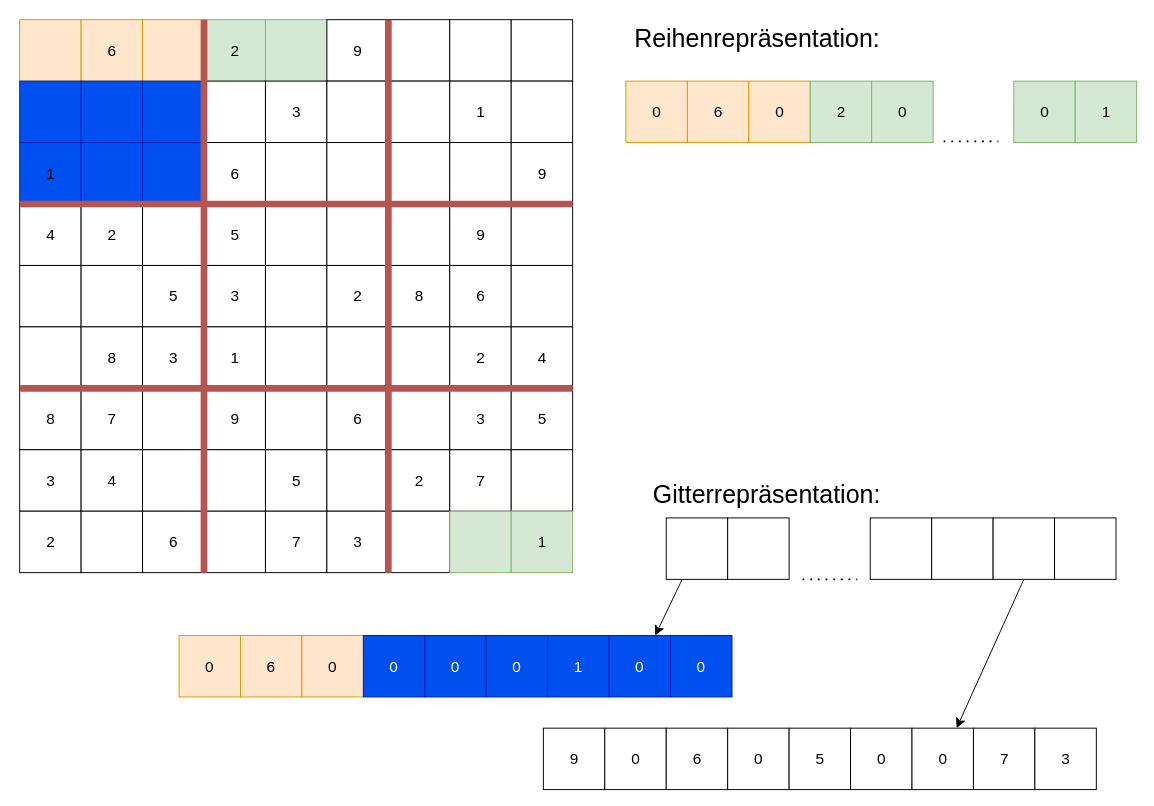
The draw.io diagram Vortrag/Pictures/Repräsentation.drawio in MariusHuke/Sudoku, before the edit. Source tidied: cells renumbered, new cells numbered last; positions are measured from the earlier drawing's top-left corner, leaving out a move shared by most shapes. Both pictures are drawn from the tidied source at 96%, with x=0, y=0 at pixel (19, 17).
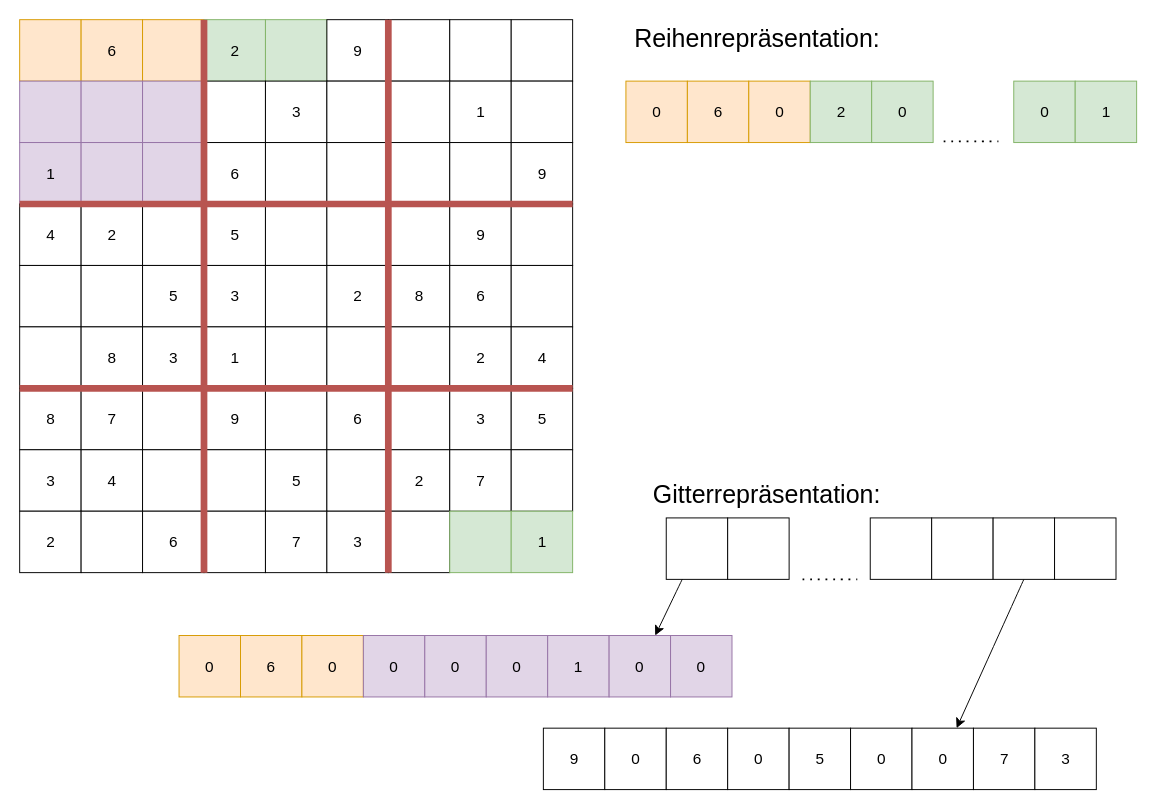
The same diagram, later.

The edit, as a diff of the source:
```diff
@@
-    <mxCell id="5" style="rounded=0;whiteSpace=wrap;html=1;fontSize=16;fillColor=#0050ef;fontColor=#ffffff;strokeColor=#001DBC;" parent="1" vertex="1">
+    <mxCell id="5" style="rounded=0;whiteSpace=wrap;html=1;fontSize=16;fillColor=#e1d5e7;strokeColor=#9673a6;" parent="1" vertex="1">
       <mxGeometry y="66" width="64" height="64" as="geometry" />
     </mxCell>
-    <mxCell id="6" style="rounded=0;whiteSpace=wrap;html=1;fontSize=16;fillColor=#0050ef;fontColor=#ffffff;strokeColor=#001DBC;" parent="1" vertex="1">
+    <mxCell id="6" style="rounded=0;whiteSpace=wrap;html=1;fontSize=16;fillColor=#e1d5e7;strokeColor=#9673a6;" parent="1" vertex="1">
       <mxGeometry x="64" y="66" width="64" height="64" as="geometry" />
     </mxCell>
-    <mxCell id="7" style="rounded=0;whiteSpace=wrap;html=1;fontSize=16;fillColor=#0050ef;fontColor=#ffffff;strokeColor=#001DBC;" parent="1" vertex="1">
+    <mxCell id="7" style="rounded=0;whiteSpace=wrap;html=1;fontSize=16;fillColor=#e1d5e7;strokeColor=#9673a6;" parent="1" vertex="1">
       <mxGeometry x="128" y="66" width="64" height="64" as="geometry" />
     </mxCell>
-    <mxCell id="8" style="rounded=0;whiteSpace=wrap;html=1;fontSize=16;fillColor=#0050ef;fontColor=#ffffff;strokeColor=#001DBC;" parent="1" vertex="1">
+    <mxCell id="8" style="rounded=0;whiteSpace=wrap;html=1;fontSize=16;fillColor=#e1d5e7;strokeColor=#9673a6;" parent="1" vertex="1">
       <mxGeometry y="130" width="64" height="64" as="geometry" />
     </mxCell>
@@
-    <mxCell id="10" style="rounded=0;whiteSpace=wrap;html=1;fontSize=16;fillColor=#0050ef;fontColor=#ffffff;strokeColor=#001DBC;" parent="1" vertex="1">
+    <mxCell id="10" style="rounded=0;whiteSpace=wrap;html=1;fontSize=16;fillColor=#e1d5e7;strokeColor=#9673a6;" parent="1" vertex="1">
       <mxGeometry x="64" y="130" width="64" height="64" as="geometry" />
     </mxCell>
-    <mxCell id="11" style="rounded=0;whiteSpace=wrap;html=1;fontSize=16;fillColor=#0050ef;fontColor=#ffffff;strokeColor=#001DBC;" parent="1" vertex="1">
+    <mxCell id="11" style="rounded=0;whiteSpace=wrap;html=1;fontSize=16;fillColor=#e1d5e7;strokeColor=#9673a6;" parent="1" vertex="1">
       <mxGeometry x="128" y="130" width="64" height="64" as="geometry" />
     </mxCell>
@@
-    <mxCell id="144" value="0" style="rounded=0;whiteSpace=wrap;html=1;fontSize=16;fillColor=#0050ef;fontColor=#ffffff;strokeColor=#001DBC;" parent="1" vertex="1">
+    <mxCell id="144" value="0" style="rounded=0;whiteSpace=wrap;html=1;fontSize=16;fillColor=#e1d5e7;strokeColor=#9673a6;" parent="1" vertex="1">
       <mxGeometry x="358" y="643.5" width="64" height="64" as="geometry" />
     </mxCell>
-    <mxCell id="145" value="0" style="rounded=0;whiteSpace=wrap;html=1;fontSize=16;fillColor=#0050ef;fontColor=#ffffff;strokeColor=#001DBC;" parent="1" vertex="1">
+    <mxCell id="145" value="0" style="rounded=0;whiteSpace=wrap;html=1;fontSize=16;fillColor=#e1d5e7;strokeColor=#9673a6;" parent="1" vertex="1">
       <mxGeometry x="422" y="643.5" width="64" height="64" as="geometry" />
     </mxCell>
-    <mxCell id="146" value="0" style="rounded=0;whiteSpace=wrap;html=1;fontSize=16;fillColor=#0050ef;fontColor=#ffffff;strokeColor=#001DBC;" parent="1" vertex="1">
+    <mxCell id="146" value="0" style="rounded=0;whiteSpace=wrap;html=1;fontSize=16;fillColor=#e1d5e7;strokeColor=#9673a6;" parent="1" vertex="1">
       <mxGeometry x="486" y="643.5" width="64" height="64" as="geometry" />
     </mxCell>
-    <mxCell id="147" value="1" style="rounded=0;whiteSpace=wrap;html=1;fontSize=16;fillColor=#0050ef;fontColor=#ffffff;strokeColor=#001DBC;" parent="1" vertex="1">
+    <mxCell id="147" value="1" style="rounded=0;whiteSpace=wrap;html=1;fontSize=16;fillColor=#e1d5e7;strokeColor=#9673a6;" parent="1" vertex="1">
       <mxGeometry x="550" y="643.5" width="64" height="64" as="geometry" />
     </mxCell>
-    <mxCell id="148" value="0" style="rounded=0;whiteSpace=wrap;html=1;fontSize=16;fillColor=#0050ef;fontColor=#ffffff;strokeColor=#001DBC;" parent="1" vertex="1">
+    <mxCell id="148" value="0" style="rounded=0;whiteSpace=wrap;html=1;fontSize=16;fillColor=#e1d5e7;strokeColor=#9673a6;" parent="1" vertex="1">
       <mxGeometry x="614" y="643.5" width="64" height="64" as="geometry" />
     </mxCell>
-    <mxCell id="149" value="0" style="rounded=0;whiteSpace=wrap;html=1;fontSize=16;fillColor=#0050ef;fontColor=#ffffff;strokeColor=#001DBC;" parent="1" vertex="1">
+    <mxCell id="149" value="0" style="rounded=0;whiteSpace=wrap;html=1;fontSize=16;fillColor=#e1d5e7;strokeColor=#9673a6;" parent="1" vertex="1">
       <mxGeometry x="678" y="643.5" width="64" height="64" as="geometry" />
     </mxCell>
```
